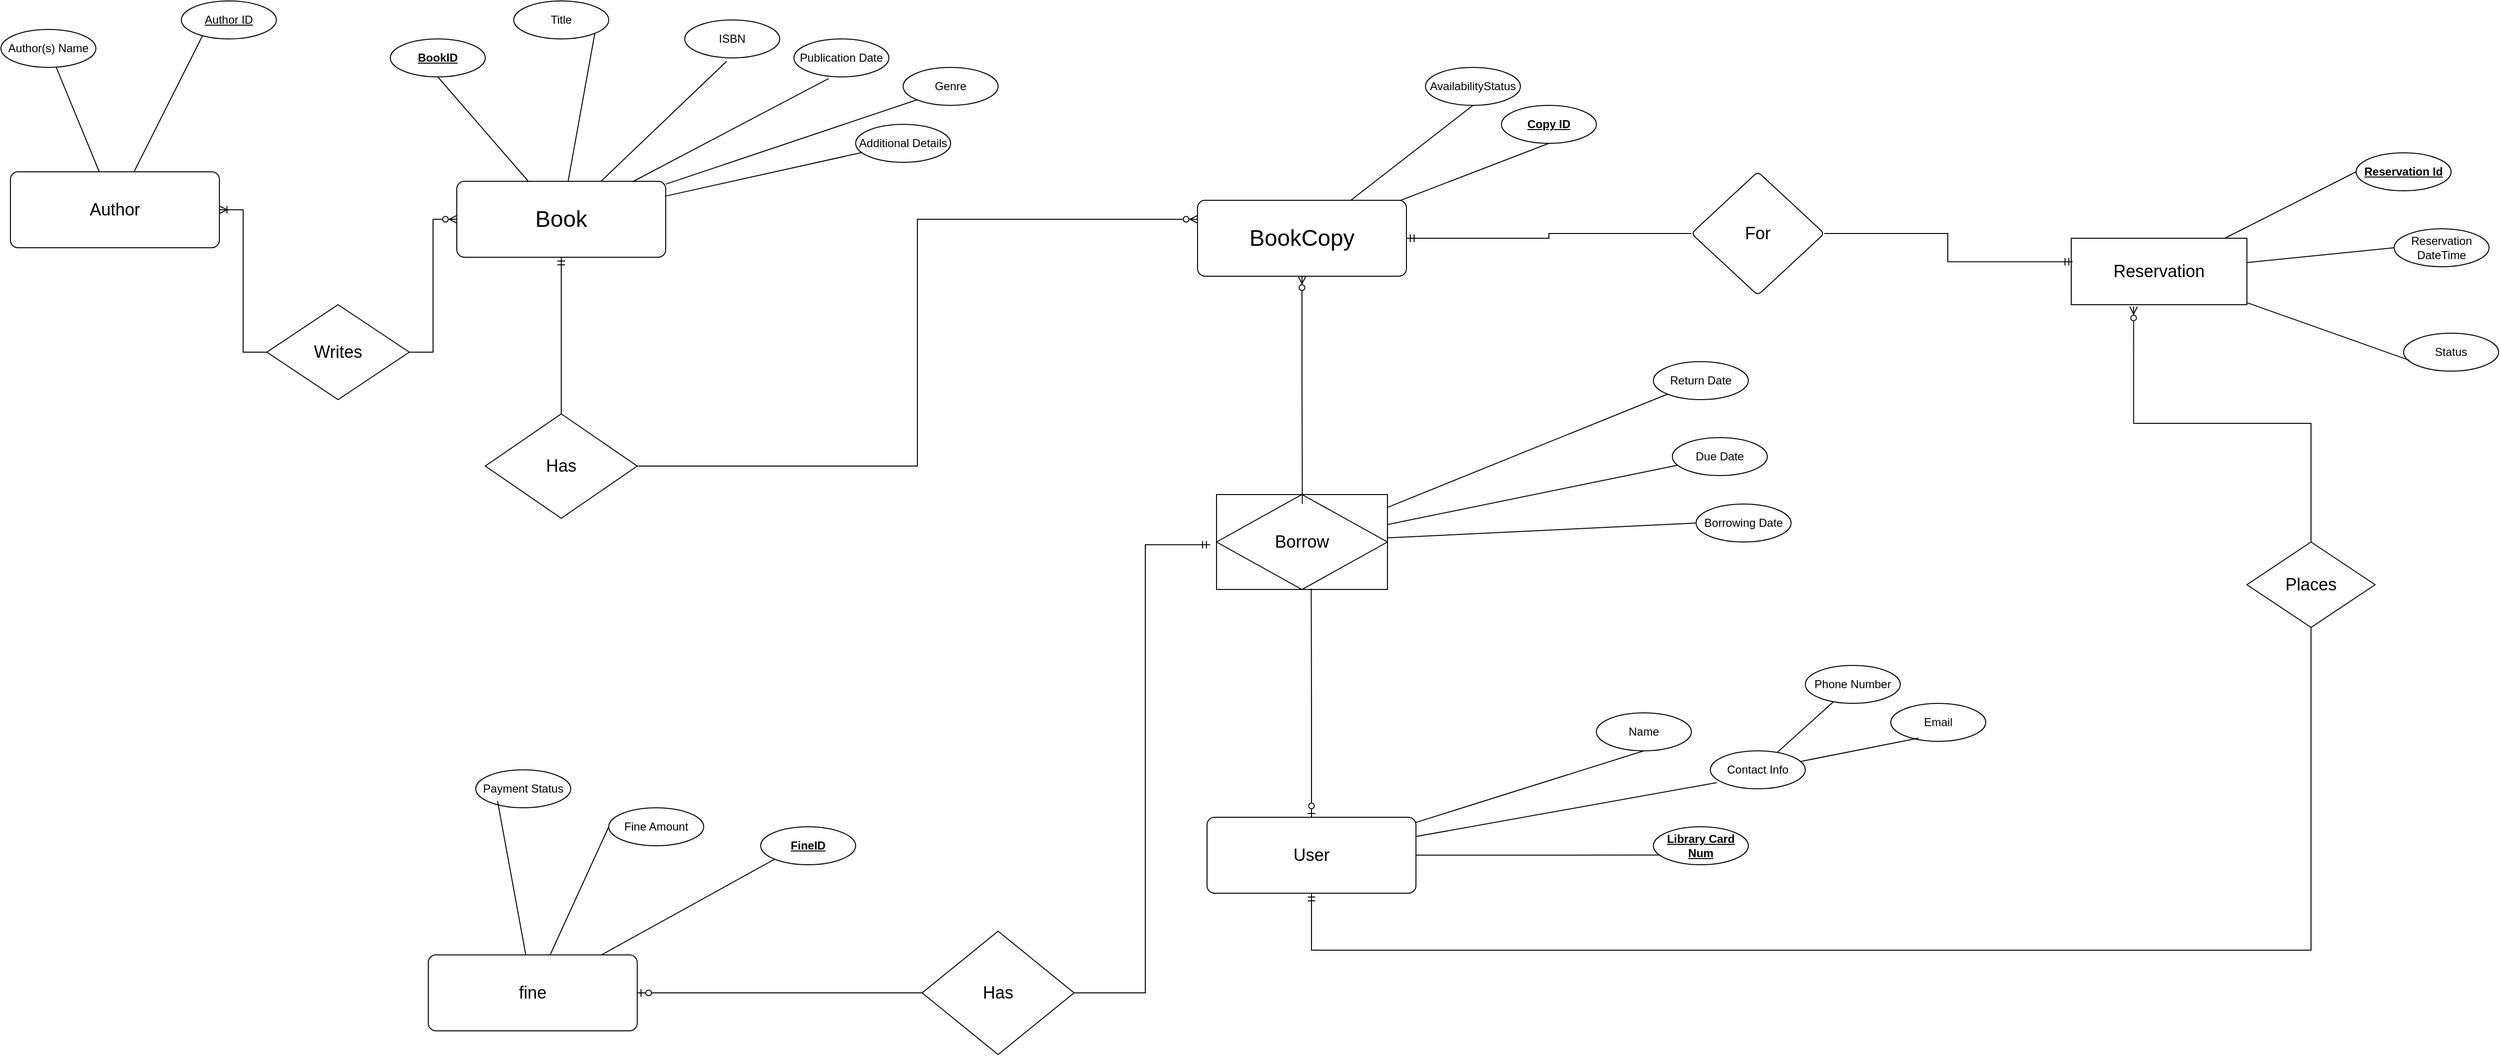
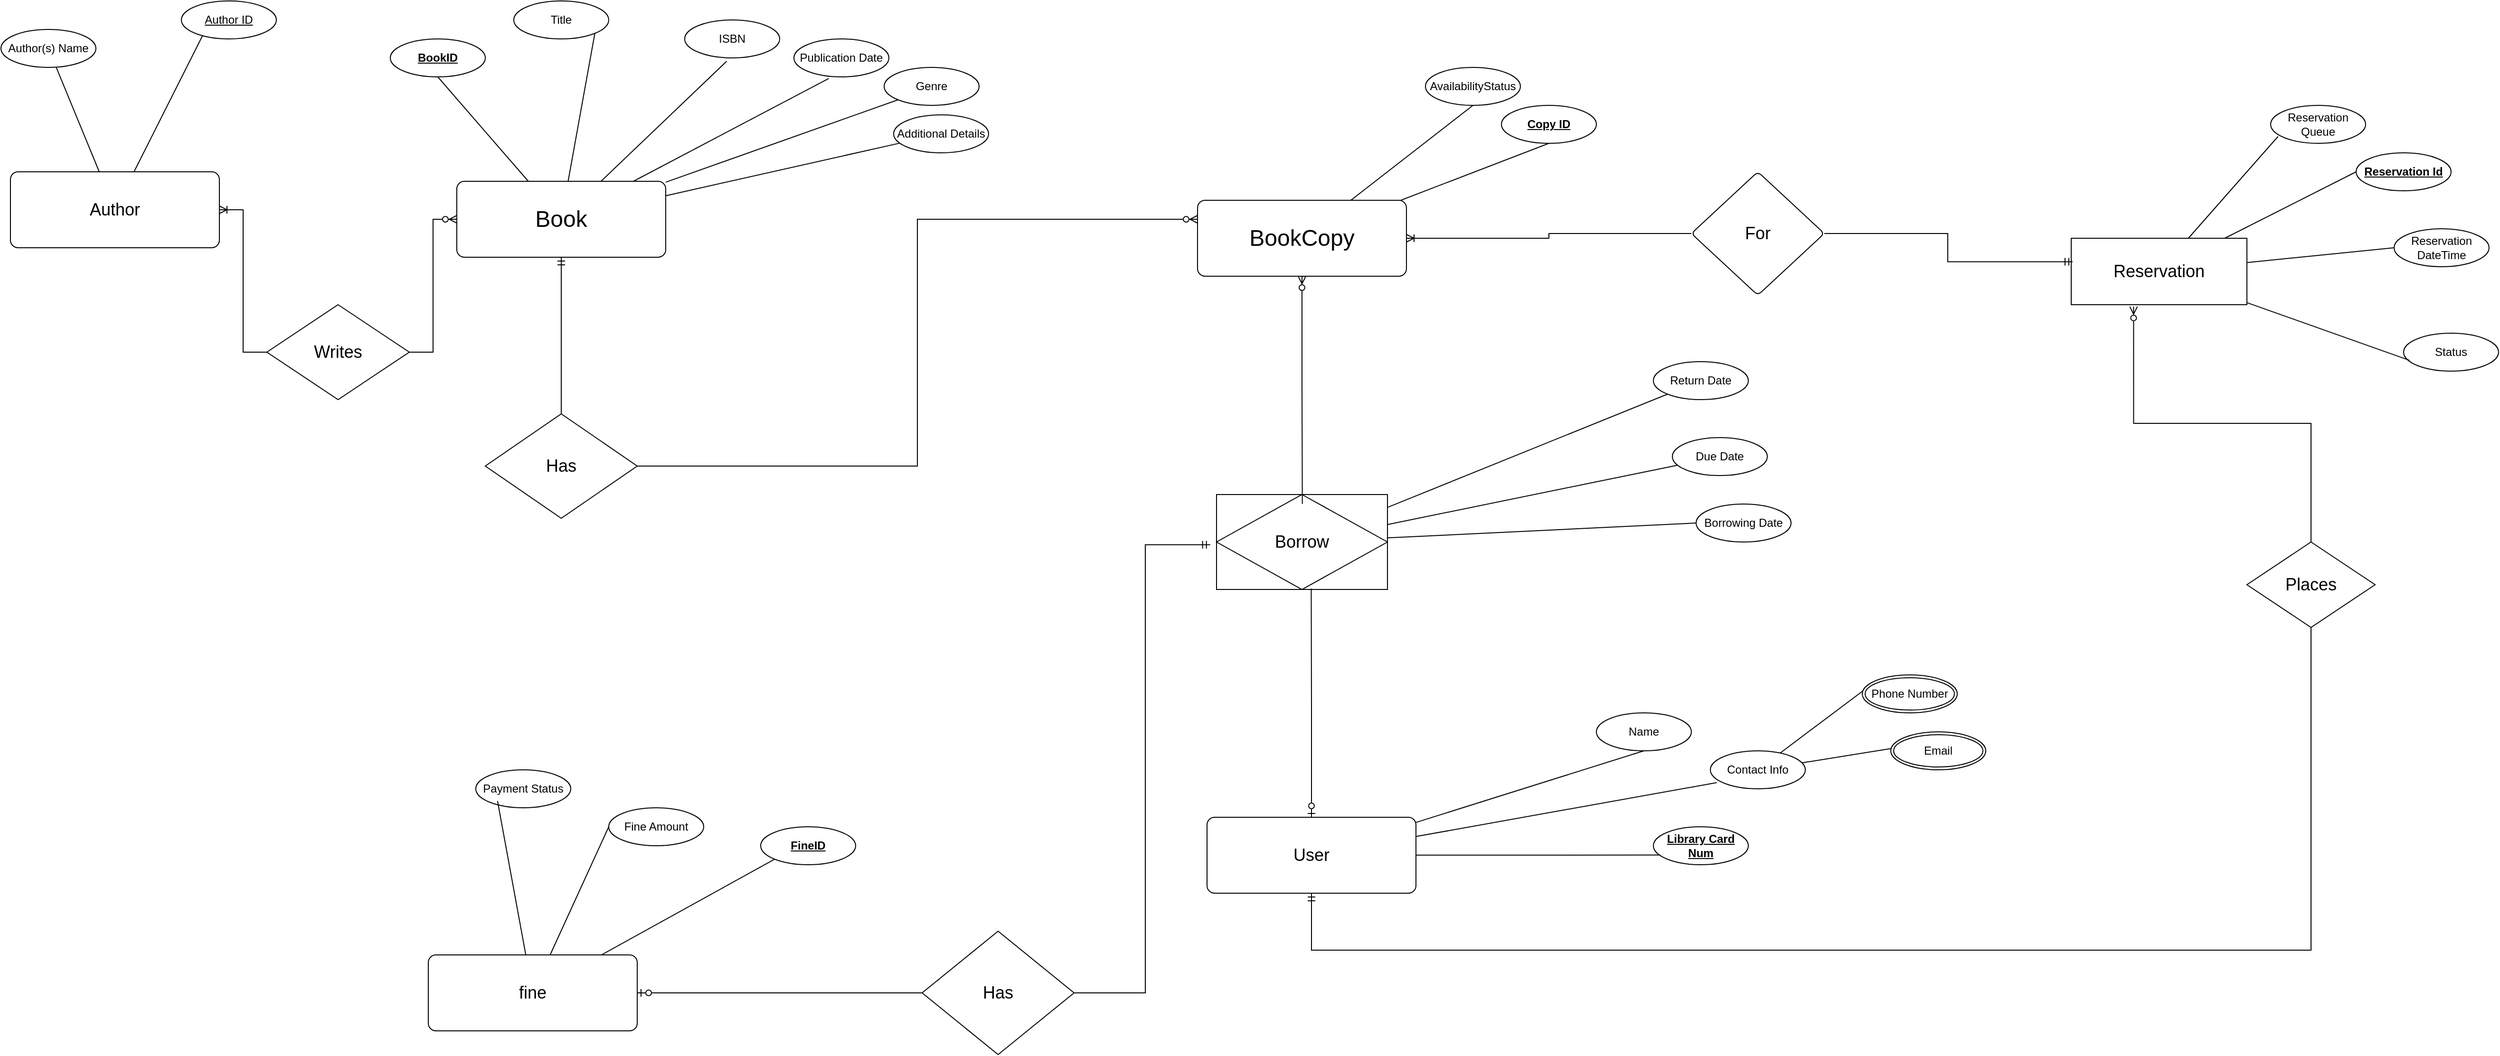
<mxfile host="app.diagrams.net">
  <diagram name="Page-1" id="B9Nwf9ZPLkXmfYra15Gt">
-     <mxGraphModel dx="2632" dy="1948" grid="1" gridSize="10" guides="1" tooltips="1" connect="1" arrows="1" fold="1" page="1" pageScale="1" pageWidth="850" pageHeight="1100" math="0" shadow="0">
+     <mxGraphModel dx="2069" dy="1680" grid="1" gridSize="10" guides="1" tooltips="1" connect="1" arrows="1" fold="1" page="1" pageScale="1" pageWidth="850" pageHeight="1100" math="0" shadow="0">
      <root>
        <mxCell id="0" />
        <mxCell id="1" parent="0" />
        <mxCell id="yqGJgnaFVJ7uCynHO3OM-8" edge="1" parent="1" source="yqGJgnaFVJ7uCynHO3OM-1" style="rounded=0;orthogonalLoop=1;jettySize=auto;html=1;entryX=0.5;entryY=1;entryDx=0;entryDy=0;endArrow=none;endFill=0;" target="yqGJgnaFVJ7uCynHO3OM-7">
          <mxGeometry relative="1" as="geometry" />
        </mxCell>
        <mxCell id="yqGJgnaFVJ7uCynHO3OM-9" edge="1" parent="1" source="yqGJgnaFVJ7uCynHO3OM-1" style="rounded=0;orthogonalLoop=1;jettySize=auto;html=1;entryX=1;entryY=1;entryDx=0;entryDy=0;endArrow=none;endFill=0;" target="yqGJgnaFVJ7uCynHO3OM-6">
          <mxGeometry relative="1" as="geometry" />
        </mxCell>
        <mxCell id="yqGJgnaFVJ7uCynHO3OM-14" edge="1" parent="1" source="yqGJgnaFVJ7uCynHO3OM-1" style="rounded=0;orthogonalLoop=1;jettySize=auto;html=1;entryX=0;entryY=1;entryDx=0;entryDy=0;endArrow=none;endFill=0;" target="yqGJgnaFVJ7uCynHO3OM-5">
          <mxGeometry relative="1" as="geometry" />
        </mxCell>
        <mxCell id="yqGJgnaFVJ7uCynHO3OM-16" edge="1" parent="1" source="yqGJgnaFVJ7uCynHO3OM-1" style="rounded=0;orthogonalLoop=1;jettySize=auto;html=1;endArrow=none;endFill=0;" target="yqGJgnaFVJ7uCynHO3OM-15">
          <mxGeometry relative="1" as="geometry" />
        </mxCell>
        <mxCell id="yqGJgnaFVJ7uCynHO3OM-65" edge="1" parent="1" source="yqGJgnaFVJ7uCynHO3OM-1" style="edgeStyle=orthogonalEdgeStyle;rounded=0;orthogonalLoop=1;jettySize=auto;html=1;startArrow=ERmandOne;startFill=0;endArrow=none;endFill=0;" target="yqGJgnaFVJ7uCynHO3OM-64">
          <mxGeometry relative="1" as="geometry" />
        </mxCell>
        <mxCell id="yqGJgnaFVJ7uCynHO3OM-1" parent="1" style="rounded=1;arcSize=10;whiteSpace=wrap;html=1;align=center;" value="&lt;font style=&quot;font-size: 24px;&quot;&gt;Book&lt;/font&gt;" vertex="1">
          <mxGeometry height="80" width="220" x="-30" y="110" as="geometry" />
        </mxCell>
        <mxCell id="yqGJgnaFVJ7uCynHO3OM-2" parent="1" style="ellipse;whiteSpace=wrap;html=1;align=center;" value="Author(s) Name" vertex="1">
          <mxGeometry height="40" width="100" x="-510" y="-50" as="geometry" />
        </mxCell>
        <mxCell id="yqGJgnaFVJ7uCynHO3OM-3" parent="1" style="ellipse;whiteSpace=wrap;html=1;align=center;" value="ISBN" vertex="1">
          <mxGeometry height="40" width="100" x="210" y="-60" as="geometry" />
        </mxCell>
        <mxCell id="yqGJgnaFVJ7uCynHO3OM-4" parent="1" style="ellipse;whiteSpace=wrap;html=1;align=center;" value="Publication Date" vertex="1">
          <mxGeometry height="40" width="100" x="325" y="-40" as="geometry" />
        </mxCell>
        <mxCell id="yqGJgnaFVJ7uCynHO3OM-5" parent="1" style="ellipse;whiteSpace=wrap;html=1;align=center;" value="Genre" vertex="1">
-           <mxGeometry height="40" width="100" x="440" y="-10" as="geometry" />
+           <mxGeometry height="40" width="100" x="420" y="-10" as="geometry" />
        </mxCell>
        <mxCell id="yqGJgnaFVJ7uCynHO3OM-6" parent="1" style="ellipse;whiteSpace=wrap;html=1;align=center;" value="Title" vertex="1">
          <mxGeometry height="40" width="100" x="30" y="-80" as="geometry" />
        </mxCell>
        <mxCell id="yqGJgnaFVJ7uCynHO3OM-7" parent="1" style="ellipse;whiteSpace=wrap;html=1;align=center;" value="&lt;b&gt;&lt;u&gt;BookID&lt;/u&gt;&lt;/b&gt;" vertex="1">
          <mxGeometry height="40" width="100" x="-100" y="-40" as="geometry" />
        </mxCell>
        <mxCell id="yqGJgnaFVJ7uCynHO3OM-12" edge="1" parent="1" source="yqGJgnaFVJ7uCynHO3OM-1" style="rounded=0;orthogonalLoop=1;jettySize=auto;html=1;entryX=0.442;entryY=1.088;entryDx=0;entryDy=0;entryPerimeter=0;endArrow=none;endFill=0;" target="yqGJgnaFVJ7uCynHO3OM-3">
          <mxGeometry relative="1" as="geometry" />
        </mxCell>
        <mxCell id="yqGJgnaFVJ7uCynHO3OM-13" edge="1" parent="1" source="yqGJgnaFVJ7uCynHO3OM-1" style="rounded=0;orthogonalLoop=1;jettySize=auto;html=1;entryX=0.367;entryY=1.041;entryDx=0;entryDy=0;entryPerimeter=0;endArrow=none;endFill=0;" target="yqGJgnaFVJ7uCynHO3OM-4">
          <mxGeometry relative="1" as="geometry" />
        </mxCell>
        <mxCell id="yqGJgnaFVJ7uCynHO3OM-15" parent="1" style="ellipse;whiteSpace=wrap;html=1;align=center;" value="&lt;div&gt;Additional Details&lt;/div&gt;" vertex="1">
-           <mxGeometry height="40" width="100" x="390" y="50" as="geometry" />
+           <mxGeometry height="40" width="100" x="430" y="40" as="geometry" />
        </mxCell>
        <mxCell id="yqGJgnaFVJ7uCynHO3OM-19" edge="1" parent="1" source="yqGJgnaFVJ7uCynHO3OM-17" style="rounded=0;orthogonalLoop=1;jettySize=auto;html=1;entryX=0.5;entryY=1;entryDx=0;entryDy=0;endArrow=none;endFill=0;" target="yqGJgnaFVJ7uCynHO3OM-18">
          <mxGeometry relative="1" as="geometry" />
        </mxCell>
        <mxCell id="yqGJgnaFVJ7uCynHO3OM-21" edge="1" parent="1" source="yqGJgnaFVJ7uCynHO3OM-17" style="rounded=0;orthogonalLoop=1;jettySize=auto;html=1;entryX=0.5;entryY=1;entryDx=0;entryDy=0;endArrow=none;endFill=0;" target="yqGJgnaFVJ7uCynHO3OM-20">
          <mxGeometry relative="1" as="geometry" />
        </mxCell>
-         <mxCell id="yqGJgnaFVJ7uCynHO3OM-77" edge="1" parent="1" source="yqGJgnaFVJ7uCynHO3OM-17" style="edgeStyle=orthogonalEdgeStyle;rounded=0;orthogonalLoop=1;jettySize=auto;html=1;endArrow=none;endFill=0;startArrow=ERmandOne;startFill=0;" target="yqGJgnaFVJ7uCynHO3OM-76" value="">
+         <mxCell id="yqGJgnaFVJ7uCynHO3OM-77" edge="1" parent="1" source="yqGJgnaFVJ7uCynHO3OM-17" style="edgeStyle=orthogonalEdgeStyle;rounded=0;orthogonalLoop=1;jettySize=auto;html=1;endArrow=none;endFill=0;startArrow=ERoneToMany;startFill=0;" target="yqGJgnaFVJ7uCynHO3OM-76" value="">
          <mxGeometry relative="1" as="geometry" />
        </mxCell>
        <mxCell id="yqGJgnaFVJ7uCynHO3OM-17" parent="1" style="rounded=1;arcSize=10;whiteSpace=wrap;html=1;align=center;" value="&lt;font style=&quot;font-size: 24px;&quot;&gt;BookCopy&lt;/font&gt;" vertex="1">
          <mxGeometry height="80" width="220" x="750" y="130" as="geometry" />
        </mxCell>
        <mxCell id="yqGJgnaFVJ7uCynHO3OM-18" parent="1" style="ellipse;whiteSpace=wrap;html=1;align=center;" value="&lt;u&gt;&lt;b&gt;Copy ID&lt;/b&gt;&lt;/u&gt;" vertex="1">
          <mxGeometry height="40" width="100" x="1070" y="30" as="geometry" />
        </mxCell>
        <mxCell id="yqGJgnaFVJ7uCynHO3OM-20" parent="1" style="ellipse;whiteSpace=wrap;html=1;align=center;" value="&lt;div&gt;AvailabilityStatus &lt;/div&gt;" vertex="1">
          <mxGeometry height="40" width="100" x="990" y="-10" as="geometry" />
        </mxCell>
        <mxCell id="yqGJgnaFVJ7uCynHO3OM-24" edge="1" parent="1" source="yqGJgnaFVJ7uCynHO3OM-22" style="rounded=0;orthogonalLoop=1;jettySize=auto;html=1;entryX=0.5;entryY=1;entryDx=0;entryDy=0;endArrow=none;endFill=0;" target="yqGJgnaFVJ7uCynHO3OM-23">
          <mxGeometry relative="1" as="geometry" />
        </mxCell>
        <mxCell id="yqGJgnaFVJ7uCynHO3OM-62" edge="1" parent="1" source="yqGJgnaFVJ7uCynHO3OM-33" style="edgeStyle=orthogonalEdgeStyle;rounded=0;orthogonalLoop=1;jettySize=auto;html=1;entryX=1;entryY=0.5;entryDx=0;entryDy=0;endArrow=none;endFill=0;startArrow=ERmandOne;startFill=0;exitX=-0.037;exitY=0.529;exitDx=0;exitDy=0;exitPerimeter=0;" target="yqGJgnaFVJ7uCynHO3OM-61">
          <mxGeometry relative="1" as="geometry" />
        </mxCell>
        <mxCell id="yqGJgnaFVJ7uCynHO3OM-90" edge="1" parent="1" source="yqGJgnaFVJ7uCynHO3OM-22" style="edgeStyle=orthogonalEdgeStyle;rounded=0;orthogonalLoop=1;jettySize=auto;html=1;entryX=0.5;entryY=1;entryDx=0;entryDy=0;endArrow=none;endFill=0;startArrow=ERmandOne;startFill=0;" target="yqGJgnaFVJ7uCynHO3OM-89">
          <mxGeometry relative="1" as="geometry">
            <Array as="points">
              <mxPoint x="870" y="920" />
              <mxPoint x="1922.55" y="920" />
            </Array>
          </mxGeometry>
        </mxCell>
        <mxCell id="yqGJgnaFVJ7uCynHO3OM-22" parent="1" style="rounded=1;arcSize=10;whiteSpace=wrap;html=1;align=center;" value="&lt;font style=&quot;font-size: 18px;&quot;&gt;User&lt;/font&gt;" vertex="1">
          <mxGeometry height="80" width="220" x="760" y="780" as="geometry" />
        </mxCell>
        <mxCell id="yqGJgnaFVJ7uCynHO3OM-23" parent="1" style="ellipse;whiteSpace=wrap;html=1;align=center;" value="Name" vertex="1">
          <mxGeometry height="40" width="100" x="1170" y="670" as="geometry" />
        </mxCell>
-         <mxCell id="yqGJgnaFVJ7uCynHO3OM-44" edge="1" parent="1" source="yqGJgnaFVJ7uCynHO3OM-26" style="rounded=0;orthogonalLoop=1;jettySize=auto;html=1;endArrow=none;endFill=0;" target="yqGJgnaFVJ7uCynHO3OM-43" value="">
-           <mxGeometry relative="1" as="geometry" />
+         <mxCell id="yqGJgnaFVJ7uCynHO3OM-44" edge="1" parent="1" source="yqGJgnaFVJ7uCynHO3OM-26" style="rounded=0;orthogonalLoop=1;jettySize=auto;html=1;endArrow=none;endFill=0;entryX=0.005;entryY=0.425;entryDx=0;entryDy=0;entryPerimeter=0;" target="uUi9bw1wtk8PfAUnjRbH-2" value="">
+           <mxGeometry relative="1" as="geometry">
+             <mxPoint x="1419.6446614452443" y="658.2676115234988" as="targetPoint" />
+           </mxGeometry>
        </mxCell>
        <mxCell id="yqGJgnaFVJ7uCynHO3OM-26" parent="1" style="ellipse;whiteSpace=wrap;html=1;align=center;" value="Contact Info" vertex="1">
          <mxGeometry height="40" width="100" x="1290" y="710" as="geometry" />
        </mxCell>
        <mxCell id="yqGJgnaFVJ7uCynHO3OM-29" edge="1" parent="1" source="yqGJgnaFVJ7uCynHO3OM-22" style="rounded=0;orthogonalLoop=1;jettySize=auto;html=1;entryX=0.067;entryY=0.838;entryDx=0;entryDy=0;entryPerimeter=0;endArrow=none;endFill=0;" target="yqGJgnaFVJ7uCynHO3OM-26">
          <mxGeometry relative="1" as="geometry" />
        </mxCell>
        <mxCell id="yqGJgnaFVJ7uCynHO3OM-30" parent="1" style="ellipse;whiteSpace=wrap;html=1;align=center;" value="&lt;u&gt;&lt;b&gt;Library Card Num&lt;/b&gt;&lt;/u&gt;" vertex="1">
          <mxGeometry height="40" width="100" x="1230" y="790" as="geometry" />
        </mxCell>
        <mxCell id="yqGJgnaFVJ7uCynHO3OM-31" edge="1" parent="1" source="yqGJgnaFVJ7uCynHO3OM-22" style="rounded=0;orthogonalLoop=1;jettySize=auto;html=1;entryX=0.073;entryY=0.744;entryDx=0;entryDy=0;entryPerimeter=0;endArrow=none;endFill=0;" target="yqGJgnaFVJ7uCynHO3OM-30">
          <mxGeometry relative="1" as="geometry" />
        </mxCell>
        <mxCell id="yqGJgnaFVJ7uCynHO3OM-48" edge="1" parent="1" source="yqGJgnaFVJ7uCynHO3OM-33" style="rounded=0;orthogonalLoop=1;jettySize=auto;html=1;endArrow=none;endFill=0;" target="yqGJgnaFVJ7uCynHO3OM-40">
          <mxGeometry relative="1" as="geometry" />
        </mxCell>
        <mxCell id="yqGJgnaFVJ7uCynHO3OM-49" edge="1" parent="1" source="yqGJgnaFVJ7uCynHO3OM-33" style="rounded=0;orthogonalLoop=1;jettySize=auto;html=1;endArrow=none;endFill=0;" target="yqGJgnaFVJ7uCynHO3OM-36">
          <mxGeometry relative="1" as="geometry" />
        </mxCell>
        <mxCell id="yqGJgnaFVJ7uCynHO3OM-33" parent="1" style="shape=associativeEntity;whiteSpace=wrap;html=1;align=center;" value="&lt;font style=&quot;font-size: 18px;&quot;&gt;Borrow&lt;/font&gt;" vertex="1">
          <mxGeometry height="100" width="180" x="770" y="440" as="geometry" />
        </mxCell>
        <mxCell id="yqGJgnaFVJ7uCynHO3OM-36" parent="1" style="ellipse;whiteSpace=wrap;html=1;align=center;" value="Return Date" vertex="1">
          <mxGeometry height="40" width="100" x="1230" y="300" as="geometry" />
        </mxCell>
        <mxCell id="yqGJgnaFVJ7uCynHO3OM-39" parent="1" style="ellipse;whiteSpace=wrap;html=1;align=center;" value="Borrowing Date" vertex="1">
          <mxGeometry height="40" width="100" x="1275" y="450" as="geometry" />
        </mxCell>
        <mxCell id="yqGJgnaFVJ7uCynHO3OM-40" parent="1" style="ellipse;whiteSpace=wrap;html=1;align=center;" value="Due Date" vertex="1">
          <mxGeometry height="40" width="100" x="1250" y="380" as="geometry" />
        </mxCell>
-         <mxCell id="yqGJgnaFVJ7uCynHO3OM-43" parent="1" style="ellipse;whiteSpace=wrap;html=1;align=center;" value="Phone Number" vertex="1">
-           <mxGeometry height="40" width="100" x="1390" y="620" as="geometry" />
-         </mxCell>
-         <mxCell id="yqGJgnaFVJ7uCynHO3OM-45" parent="1" style="ellipse;whiteSpace=wrap;html=1;align=center;" value="Email" vertex="1">
-           <mxGeometry height="40" width="100" x="1480" y="660" as="geometry" />
-         </mxCell>
-         <mxCell id="yqGJgnaFVJ7uCynHO3OM-46" edge="1" parent="1" source="yqGJgnaFVJ7uCynHO3OM-26" style="rounded=0;orthogonalLoop=1;jettySize=auto;html=1;entryX=0.292;entryY=0.916;entryDx=0;entryDy=0;entryPerimeter=0;endArrow=none;endFill=0;" target="yqGJgnaFVJ7uCynHO3OM-45">
-           <mxGeometry relative="1" as="geometry" />
+         <mxCell id="yqGJgnaFVJ7uCynHO3OM-46" edge="1" parent="1" source="yqGJgnaFVJ7uCynHO3OM-26" style="rounded=0;orthogonalLoop=1;jettySize=auto;html=1;entryX=0.063;entryY=0.415;entryDx=0;entryDy=0;entryPerimeter=0;endArrow=none;endFill=0;" target="uUi9bw1wtk8PfAUnjRbH-1">
+           <mxGeometry relative="1" as="geometry">
+             <mxPoint x="1509.1999999999998" y="696.6399999999999" as="targetPoint" />
+           </mxGeometry>
        </mxCell>
        <mxCell id="yqGJgnaFVJ7uCynHO3OM-47" edge="1" parent="1" source="yqGJgnaFVJ7uCynHO3OM-33" style="rounded=0;orthogonalLoop=1;jettySize=auto;html=1;entryX=0;entryY=0.5;entryDx=0;entryDy=0;endArrow=none;endFill=0;" target="yqGJgnaFVJ7uCynHO3OM-39">
          <mxGeometry relative="1" as="geometry" />
        </mxCell>
        <mxCell id="yqGJgnaFVJ7uCynHO3OM-54" edge="1" parent="1" source="yqGJgnaFVJ7uCynHO3OM-50" style="rounded=0;orthogonalLoop=1;jettySize=auto;html=1;entryX=0;entryY=0.5;entryDx=0;entryDy=0;endArrow=none;endFill=0;" target="yqGJgnaFVJ7uCynHO3OM-53">
          <mxGeometry relative="1" as="geometry" />
        </mxCell>
        <mxCell id="yqGJgnaFVJ7uCynHO3OM-87" edge="1" parent="1" source="yqGJgnaFVJ7uCynHO3OM-50" style="rounded=0;orthogonalLoop=1;jettySize=auto;html=1;entryX=0;entryY=1;entryDx=0;entryDy=0;endArrow=none;endFill=0;" target="yqGJgnaFVJ7uCynHO3OM-86">
          <mxGeometry relative="1" as="geometry" />
        </mxCell>
        <mxCell id="yqGJgnaFVJ7uCynHO3OM-50" parent="1" style="rounded=1;arcSize=10;whiteSpace=wrap;html=1;align=center;" value="&lt;font style=&quot;font-size: 18px;&quot;&gt;fine&lt;/font&gt;" vertex="1">
          <mxGeometry height="80" width="220" x="-60" y="925" as="geometry" />
        </mxCell>
        <mxCell id="yqGJgnaFVJ7uCynHO3OM-51" parent="1" style="ellipse;whiteSpace=wrap;html=1;align=center;" value="Payment Status" vertex="1">
          <mxGeometry height="40" width="100" x="-10" y="730" as="geometry" />
        </mxCell>
        <mxCell id="yqGJgnaFVJ7uCynHO3OM-52" edge="1" parent="1" source="yqGJgnaFVJ7uCynHO3OM-50" style="rounded=0;orthogonalLoop=1;jettySize=auto;html=1;entryX=0.229;entryY=0.822;entryDx=0;entryDy=0;entryPerimeter=0;endArrow=none;endFill=0;" target="yqGJgnaFVJ7uCynHO3OM-51">
          <mxGeometry relative="1" as="geometry" />
        </mxCell>
        <mxCell id="yqGJgnaFVJ7uCynHO3OM-53" parent="1" style="ellipse;whiteSpace=wrap;html=1;align=center;" value="Fine Amount" vertex="1">
          <mxGeometry height="40" width="100" x="130" y="770" as="geometry" />
        </mxCell>
        <mxCell id="yqGJgnaFVJ7uCynHO3OM-57" edge="1" parent="1" source="yqGJgnaFVJ7uCynHO3OM-22" style="edgeStyle=orthogonalEdgeStyle;rounded=0;orthogonalLoop=1;jettySize=auto;html=1;entryX=0.554;entryY=0.991;entryDx=0;entryDy=0;entryPerimeter=0;endArrow=none;endFill=0;startArrow=ERzeroToOne;startFill=0;" target="yqGJgnaFVJ7uCynHO3OM-33">
          <mxGeometry relative="1" as="geometry" />
        </mxCell>
        <mxCell id="yqGJgnaFVJ7uCynHO3OM-59" edge="1" parent="1" source="yqGJgnaFVJ7uCynHO3OM-17" style="edgeStyle=orthogonalEdgeStyle;rounded=0;orthogonalLoop=1;jettySize=auto;html=1;entryX=0.502;entryY=0.099;entryDx=0;entryDy=0;entryPerimeter=0;endArrow=none;endFill=0;startArrow=ERzeroToMany;startFill=0;" target="yqGJgnaFVJ7uCynHO3OM-33">
          <mxGeometry relative="1" as="geometry" />
        </mxCell>
        <mxCell id="yqGJgnaFVJ7uCynHO3OM-63" edge="1" parent="1" source="yqGJgnaFVJ7uCynHO3OM-61" style="edgeStyle=orthogonalEdgeStyle;rounded=0;orthogonalLoop=1;jettySize=auto;html=1;entryX=1;entryY=0.5;entryDx=0;entryDy=0;endArrow=ERzeroToOne;endFill=0;startArrow=none;startFill=0;" target="yqGJgnaFVJ7uCynHO3OM-50">
          <mxGeometry relative="1" as="geometry" />
        </mxCell>
        <mxCell id="yqGJgnaFVJ7uCynHO3OM-61" parent="1" style="shape=rhombus;perimeter=rhombusPerimeter;whiteSpace=wrap;html=1;align=center;" value="&lt;font style=&quot;font-size: 18px;&quot;&gt;Has&lt;/font&gt;" vertex="1">
          <mxGeometry height="130" width="160" x="460" y="900" as="geometry" />
        </mxCell>
        <mxCell id="yqGJgnaFVJ7uCynHO3OM-66" edge="1" parent="1" source="yqGJgnaFVJ7uCynHO3OM-64" style="edgeStyle=orthogonalEdgeStyle;rounded=0;orthogonalLoop=1;jettySize=auto;html=1;entryX=0;entryY=0.25;entryDx=0;entryDy=0;endArrow=ERzeroToMany;endFill=0;" target="yqGJgnaFVJ7uCynHO3OM-17">
          <mxGeometry relative="1" as="geometry" />
        </mxCell>
        <mxCell id="yqGJgnaFVJ7uCynHO3OM-64" parent="1" style="shape=rhombus;perimeter=rhombusPerimeter;whiteSpace=wrap;html=1;align=center;" value="&lt;font style=&quot;font-size: 18px;&quot;&gt;Has&lt;/font&gt;" vertex="1">
          <mxGeometry height="110" width="160" y="355" as="geometry" />
        </mxCell>
        <mxCell id="yqGJgnaFVJ7uCynHO3OM-70" edge="1" parent="1" source="yqGJgnaFVJ7uCynHO3OM-68" style="rounded=0;orthogonalLoop=1;jettySize=auto;html=1;entryX=0;entryY=0.5;entryDx=0;entryDy=0;endArrow=none;endFill=0;" target="yqGJgnaFVJ7uCynHO3OM-69">
          <mxGeometry relative="1" as="geometry" />
        </mxCell>
        <mxCell id="yqGJgnaFVJ7uCynHO3OM-68" parent="1" style="whiteSpace=wrap;html=1;" value="&lt;font style=&quot;font-size: 18px;&quot;&gt;Reservation&lt;/font&gt;" vertex="1">
          <mxGeometry height="70" width="185" x="1670" y="170" as="geometry" />
        </mxCell>
        <mxCell id="yqGJgnaFVJ7uCynHO3OM-69" parent="1" style="ellipse;whiteSpace=wrap;html=1;align=center;" value="&lt;b&gt;&lt;u&gt;Reservation Id&lt;/u&gt;&lt;/b&gt;" vertex="1">
          <mxGeometry height="40" width="100" x="1970" y="80" as="geometry" />
        </mxCell>
        <mxCell id="yqGJgnaFVJ7uCynHO3OM-71" parent="1" style="ellipse;whiteSpace=wrap;html=1;align=center;" value="Reservation DateTime" vertex="1">
          <mxGeometry height="40" width="100" x="2010" y="160" as="geometry" />
        </mxCell>
        <mxCell id="yqGJgnaFVJ7uCynHO3OM-72" edge="1" parent="1" source="yqGJgnaFVJ7uCynHO3OM-68" style="rounded=0;orthogonalLoop=1;jettySize=auto;html=1;entryX=0;entryY=0.5;entryDx=0;entryDy=0;endArrow=none;endFill=0;" target="yqGJgnaFVJ7uCynHO3OM-71">
          <mxGeometry relative="1" as="geometry" />
        </mxCell>
        <mxCell id="yqGJgnaFVJ7uCynHO3OM-74" parent="1" style="ellipse;whiteSpace=wrap;html=1;align=center;" value="Status" vertex="1">
          <mxGeometry height="40" width="100" x="2020" y="270" as="geometry" />
        </mxCell>
        <mxCell id="yqGJgnaFVJ7uCynHO3OM-75" edge="1" parent="1" source="yqGJgnaFVJ7uCynHO3OM-68" style="rounded=0;orthogonalLoop=1;jettySize=auto;html=1;entryX=0.061;entryY=0.714;entryDx=0;entryDy=0;entryPerimeter=0;endArrow=none;endFill=0;" target="yqGJgnaFVJ7uCynHO3OM-74">
          <mxGeometry relative="1" as="geometry" />
        </mxCell>
        <mxCell id="yqGJgnaFVJ7uCynHO3OM-76" parent="1" style="rhombus;whiteSpace=wrap;html=1;rounded=1;arcSize=10;" value="&lt;font style=&quot;font-size: 18px;&quot;&gt;For&lt;/font&gt;" vertex="1">
          <mxGeometry height="130" width="140" x="1270" y="100" as="geometry" />
        </mxCell>
        <mxCell id="yqGJgnaFVJ7uCynHO3OM-78" edge="1" parent="1" source="yqGJgnaFVJ7uCynHO3OM-76" style="edgeStyle=orthogonalEdgeStyle;rounded=0;orthogonalLoop=1;jettySize=auto;html=1;entryX=0.008;entryY=0.353;entryDx=0;entryDy=0;entryPerimeter=0;endArrow=ERmandOne;endFill=0;" target="yqGJgnaFVJ7uCynHO3OM-68">
          <mxGeometry relative="1" as="geometry" />
        </mxCell>
        <mxCell id="yqGJgnaFVJ7uCynHO3OM-80" edge="1" parent="1" source="yqGJgnaFVJ7uCynHO3OM-79" style="rounded=0;orthogonalLoop=1;jettySize=auto;html=1;endArrow=none;endFill=0;" target="yqGJgnaFVJ7uCynHO3OM-2">
          <mxGeometry relative="1" as="geometry" />
        </mxCell>
        <mxCell id="yqGJgnaFVJ7uCynHO3OM-84" edge="1" parent="1" source="yqGJgnaFVJ7uCynHO3OM-79" style="edgeStyle=orthogonalEdgeStyle;rounded=0;orthogonalLoop=1;jettySize=auto;html=1;entryX=0;entryY=0.5;entryDx=0;entryDy=0;endArrow=none;endFill=0;startArrow=ERoneToMany;startFill=0;" target="yqGJgnaFVJ7uCynHO3OM-83">
          <mxGeometry relative="1" as="geometry" />
        </mxCell>
        <mxCell id="yqGJgnaFVJ7uCynHO3OM-79" parent="1" style="rounded=1;arcSize=10;whiteSpace=wrap;html=1;align=center;" value="&lt;font style=&quot;font-size: 18px;&quot;&gt;Author&lt;/font&gt;" vertex="1">
          <mxGeometry height="80" width="220" x="-500" y="100" as="geometry" />
        </mxCell>
        <mxCell id="yqGJgnaFVJ7uCynHO3OM-81" parent="1" style="ellipse;whiteSpace=wrap;html=1;align=center;" value="&lt;u&gt;Author ID&lt;/u&gt;" vertex="1">
          <mxGeometry height="40" width="100" x="-320" y="-80" as="geometry" />
        </mxCell>
        <mxCell id="yqGJgnaFVJ7uCynHO3OM-82" edge="1" parent="1" source="yqGJgnaFVJ7uCynHO3OM-79" style="rounded=0;orthogonalLoop=1;jettySize=auto;html=1;entryX=0.222;entryY=0.918;entryDx=0;entryDy=0;entryPerimeter=0;endArrow=none;endFill=0;" target="yqGJgnaFVJ7uCynHO3OM-81">
          <mxGeometry relative="1" as="geometry" />
        </mxCell>
        <mxCell id="yqGJgnaFVJ7uCynHO3OM-85" edge="1" parent="1" source="yqGJgnaFVJ7uCynHO3OM-83" style="edgeStyle=orthogonalEdgeStyle;rounded=0;orthogonalLoop=1;jettySize=auto;html=1;entryX=0;entryY=0.5;entryDx=0;entryDy=0;endArrow=ERzeroToMany;endFill=0;" target="yqGJgnaFVJ7uCynHO3OM-1">
          <mxGeometry relative="1" as="geometry" />
        </mxCell>
        <mxCell id="yqGJgnaFVJ7uCynHO3OM-83" parent="1" style="shape=rhombus;perimeter=rhombusPerimeter;whiteSpace=wrap;html=1;align=center;" value="&lt;font style=&quot;font-size: 18px;&quot;&gt;Writes&lt;/font&gt;" vertex="1">
          <mxGeometry height="100" width="150" x="-230" y="240" as="geometry" />
        </mxCell>
        <mxCell id="yqGJgnaFVJ7uCynHO3OM-86" parent="1" style="ellipse;whiteSpace=wrap;html=1;align=center;" value="&lt;b&gt;&lt;u&gt;FineID&lt;/u&gt;&lt;/b&gt;" vertex="1">
          <mxGeometry height="40" width="100" x="290" y="790" as="geometry" />
        </mxCell>
        <mxCell id="yqGJgnaFVJ7uCynHO3OM-89" parent="1" style="shape=rhombus;perimeter=rhombusPerimeter;whiteSpace=wrap;html=1;align=center;" value="&lt;font style=&quot;font-size: 18px;&quot;&gt;Places&lt;/font&gt;" vertex="1">
          <mxGeometry height="90" width="135" x="1855" y="490" as="geometry" />
        </mxCell>
        <mxCell id="yqGJgnaFVJ7uCynHO3OM-91" edge="1" parent="1" source="yqGJgnaFVJ7uCynHO3OM-89" style="edgeStyle=orthogonalEdgeStyle;rounded=0;orthogonalLoop=1;jettySize=auto;html=1;entryX=0.355;entryY=1.028;entryDx=0;entryDy=0;entryPerimeter=0;endArrow=ERzeroToMany;endFill=0;startArrow=none;startFill=0;" target="yqGJgnaFVJ7uCynHO3OM-68">
+           <mxGeometry relative="1" as="geometry" />
+         </mxCell>
+         <mxCell id="uUi9bw1wtk8PfAUnjRbH-1" parent="1" style="ellipse;shape=doubleEllipse;margin=3;whiteSpace=wrap;html=1;align=center;" value="Email" vertex="1">
+           <mxGeometry height="40" width="100" x="1480" y="690" as="geometry" />
+         </mxCell>
+         <mxCell id="uUi9bw1wtk8PfAUnjRbH-2" parent="1" style="ellipse;shape=doubleEllipse;margin=3;whiteSpace=wrap;html=1;align=center;" value="Phone Number" vertex="1">
+           <mxGeometry height="40" width="100" x="1450" y="630" as="geometry" />
+         </mxCell>
+         <mxCell id="uUi9bw1wtk8PfAUnjRbH-3" parent="1" style="ellipse;whiteSpace=wrap;html=1;align=center;" value="Reservation Queue" vertex="1">
+           <mxGeometry height="40" width="100" x="1880" y="30" as="geometry" />
+         </mxCell>
+         <mxCell id="uUi9bw1wtk8PfAUnjRbH-4" edge="1" parent="1" source="yqGJgnaFVJ7uCynHO3OM-68" style="rounded=0;orthogonalLoop=1;jettySize=auto;html=1;entryX=0.078;entryY=0.819;entryDx=0;entryDy=0;entryPerimeter=0;endArrow=none;endFill=0;" target="uUi9bw1wtk8PfAUnjRbH-3">
          <mxGeometry relative="1" as="geometry" />
        </mxCell>
      </root>
    </mxGraphModel>
  </diagram>
</mxfile>
